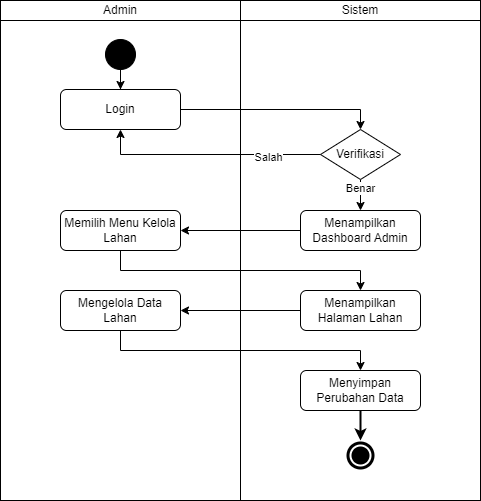
This is docs/activity-diagram/lands/table-lands.drawio.png from mitra-agro-usaha-perkebunan/maup-app-docs, a draw.io export, as it was before one commit. Source tidied: cells renumbered, new cells last; positions are measured from the earlier drawing's top-left corner, leaving out a move shared by most shapes. Its diagram source:
```xml
<mxGraphModel>
  <root>
    <mxCell id="0" />
    <mxCell id="1" parent="0" />
    <mxCell id="2" value="Admin" style="rounded=0;whiteSpace=wrap;html=1;" parent="1" vertex="1">
      <mxGeometry width="240" height="20" as="geometry" />
    </mxCell>
    <mxCell id="3" style="rounded=0;whiteSpace=wrap;html=1;" parent="1" vertex="1">
      <mxGeometry y="20" width="240" height="480" as="geometry" />
    </mxCell>
    <mxCell id="4" value="Sistem" style="rounded=0;whiteSpace=wrap;html=1;" parent="1" vertex="1">
      <mxGeometry x="240" width="240" height="20" as="geometry" />
    </mxCell>
    <mxCell id="5" style="rounded=0;whiteSpace=wrap;html=1;" parent="1" vertex="1">
      <mxGeometry x="240" y="20" width="240" height="480" as="geometry" />
    </mxCell>
    <mxCell id="6" style="ellipse;shape=doubleEllipse;whiteSpace=wrap;html=1;labelBackgroundColor=#000000;fillColor=#000000;strokeColor=#FFFFFF;strokeWidth=2;" parent="1" vertex="1">
      <mxGeometry x="345" y="440" width="30" height="30" as="geometry" />
    </mxCell>
    <mxCell id="7" style="edgeStyle=orthogonalEdgeStyle;rounded=0;jettySize=auto;html=1;" parent="1" edge="1" source="8" target="10">
      <mxGeometry relative="1" as="geometry" />
    </mxCell>
    <mxCell id="8" style="ellipse;whiteSpace=wrap;html=1;fillColor=#000000;labelBackgroundColor=#000000;shadow=0;gradientColor=none;" parent="1" vertex="1">
      <mxGeometry x="105" y="39" width="30" height="30" as="geometry" />
    </mxCell>
    <mxCell id="9" style="edgeStyle=orthogonalEdgeStyle;rounded=0;jettySize=auto;html=1;entryX=0.5;entryY=0;entryDx=0;entryDy=0;" parent="1" edge="1" source="10" target="13">
      <mxGeometry relative="1" as="geometry">
        <Array as="points">
          <mxPoint x="360" y="109" />
        </Array>
      </mxGeometry>
    </mxCell>
    <mxCell id="10" value="Login" style="rounded=1;whiteSpace=wrap;html=1;" parent="1" vertex="1">
      <mxGeometry x="60" y="89" width="120" height="40" as="geometry" />
    </mxCell>
    <mxCell id="11" style="edgeStyle=orthogonalEdgeStyle;rounded=0;jettySize=auto;html=1;" parent="1" edge="1" source="13" target="17">
      <mxGeometry relative="1" as="geometry" />
    </mxCell>
    <mxCell id="12" value="Benar" style="edgeLabel;html=1;align=center;verticalAlign=middle;" parent="11" vertex="1">
      <mxGeometry x="-0.59" y="-3" relative="1" as="geometry">
        <mxPoint x="2" y="-2" as="offset" />
      </mxGeometry>
    </mxCell>
    <mxCell id="13" value="Verifikasi" style="rhombus;whiteSpace=wrap;html=1;" parent="1" vertex="1">
      <mxGeometry x="320" y="129" width="80" height="50" as="geometry" />
    </mxCell>
    <mxCell id="14" style="edgeStyle=orthogonalEdgeStyle;rounded=0;jettySize=auto;html=1;" parent="1" edge="1" source="15" target="20">
      <mxGeometry relative="1" as="geometry">
        <Array as="points">
          <mxPoint x="120" y="270" />
          <mxPoint x="360" y="270" />
        </Array>
      </mxGeometry>
    </mxCell>
    <mxCell id="15" value="Memilih Menu Kelola Lahan" style="rounded=1;whiteSpace=wrap;html=1;" parent="1" vertex="1">
      <mxGeometry x="60" y="210" width="120" height="40" as="geometry" />
    </mxCell>
    <mxCell id="16" style="edgeStyle=orthogonalEdgeStyle;rounded=0;jettySize=auto;html=1;" parent="1" edge="1" source="17" target="15">
      <mxGeometry relative="1" as="geometry" />
    </mxCell>
    <mxCell id="17" value="Menampilkan Dashboard Admin" style="rounded=1;whiteSpace=wrap;html=1;" parent="1" vertex="1">
      <mxGeometry x="300" y="210" width="120" height="40" as="geometry" />
    </mxCell>
    <mxCell id="18" value="Mengelola Data Lahan" style="rounded=1;whiteSpace=wrap;html=1;" parent="1" vertex="1">
      <mxGeometry x="60" y="290" width="120" height="40" as="geometry" />
    </mxCell>
    <mxCell id="19" style="edgeStyle=orthogonalEdgeStyle;rounded=0;jettySize=auto;html=1;" parent="1" edge="1" source="20" target="18">
      <mxGeometry relative="1" as="geometry" />
    </mxCell>
    <mxCell id="20" value="Menampilkan Halaman Lahan" style="rounded=1;whiteSpace=wrap;html=1;" parent="1" vertex="1">
      <mxGeometry x="300" y="290" width="120" height="40" as="geometry" />
    </mxCell>
    <mxCell id="21" style="edgeStyle=orthogonalEdgeStyle;rounded=0;jettySize=auto;html=1;strokeWidth=2;" parent="1" edge="1" source="22" target="6">
      <mxGeometry relative="1" as="geometry" />
    </mxCell>
    <mxCell id="22" value="Menyimpan Perubahan Data" style="rounded=1;whiteSpace=wrap;html=1;" parent="1" vertex="1">
      <mxGeometry x="300" y="370" width="120" height="40" as="geometry" />
    </mxCell>
    <mxCell id="23" style="edgeStyle=orthogonalEdgeStyle;rounded=0;jettySize=auto;html=1;" parent="1" edge="1" source="18">
      <mxGeometry relative="1" as="geometry">
        <mxPoint x="360" y="370" as="targetPoint" />
        <Array as="points">
          <mxPoint x="120" y="350" />
          <mxPoint x="360" y="350" />
        </Array>
      </mxGeometry>
    </mxCell>
    <mxCell id="24" style="edgeStyle=orthogonalEdgeStyle;rounded=0;orthogonalLoop=1;jettySize=auto;html=1;entryX=0.5;entryY=1;entryDx=0;entryDy=0;exitX=0;exitY=0.5;exitDx=0;exitDy=0;" parent="1" edge="1">
      <mxGeometry relative="1" as="geometry">
        <mxPoint x="320" y="154" as="sourcePoint" />
        <mxPoint x="120" y="129" as="targetPoint" />
        <Array as="points">
          <mxPoint x="120" y="154" />
        </Array>
      </mxGeometry>
    </mxCell>
    <mxCell id="25" value="Salah" style="edgeLabel;html=1;align=center;verticalAlign=middle;" parent="24" vertex="1">
      <mxGeometry x="-0.53" y="2" relative="1" as="geometry" />
    </mxCell>
  </root>
</mxGraphModel>
```
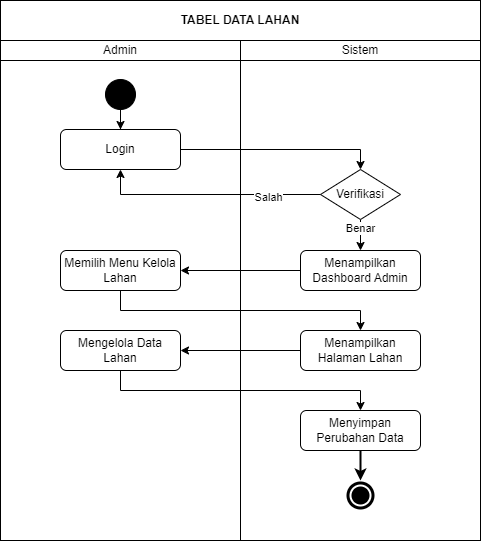
The same diagram one commit later.

What changed in the source:
```diff
@@ -97,5 +97,8 @@
     <mxCell id="25" value="Salah" style="edgeLabel;html=1;align=center;verticalAlign=middle;" parent="24" vertex="1">
       <mxGeometry x="-0.53" y="2" relative="1" as="geometry" />
     </mxCell>
+    <mxCell id="26" value="&lt;b&gt;TABEL DATA LAHAN&lt;/b&gt;" style="rounded=0;whiteSpace=wrap;html=1;" parent="1" vertex="1">
+      <mxGeometry y="-40" width="480" height="40" as="geometry" />
+    </mxCell>
   </root>
 </mxGraphModel>
```
